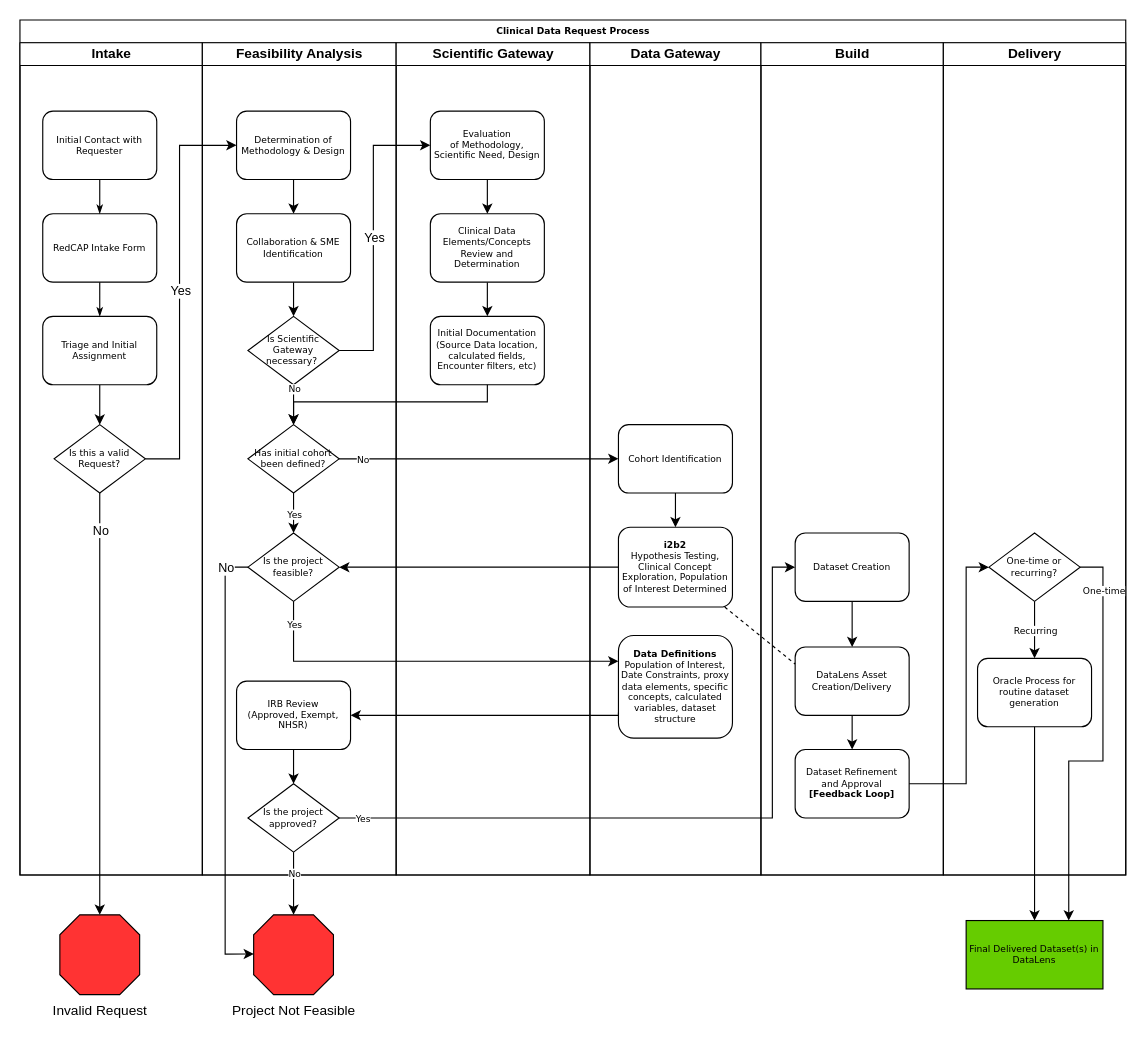
This is Clinical Data Request.drawio from ntimkovich/UAB-II-Diagrams, a draw.io file, before an edit. Source tidied: cells renumbered, new cells numbered last; positions are measured from the earlier drawing's top-left corner, leaving out a move shared by most shapes. Both pictures are drawn from the tidied source at 114%, with x=0, y=0 at pixel (19, 19).
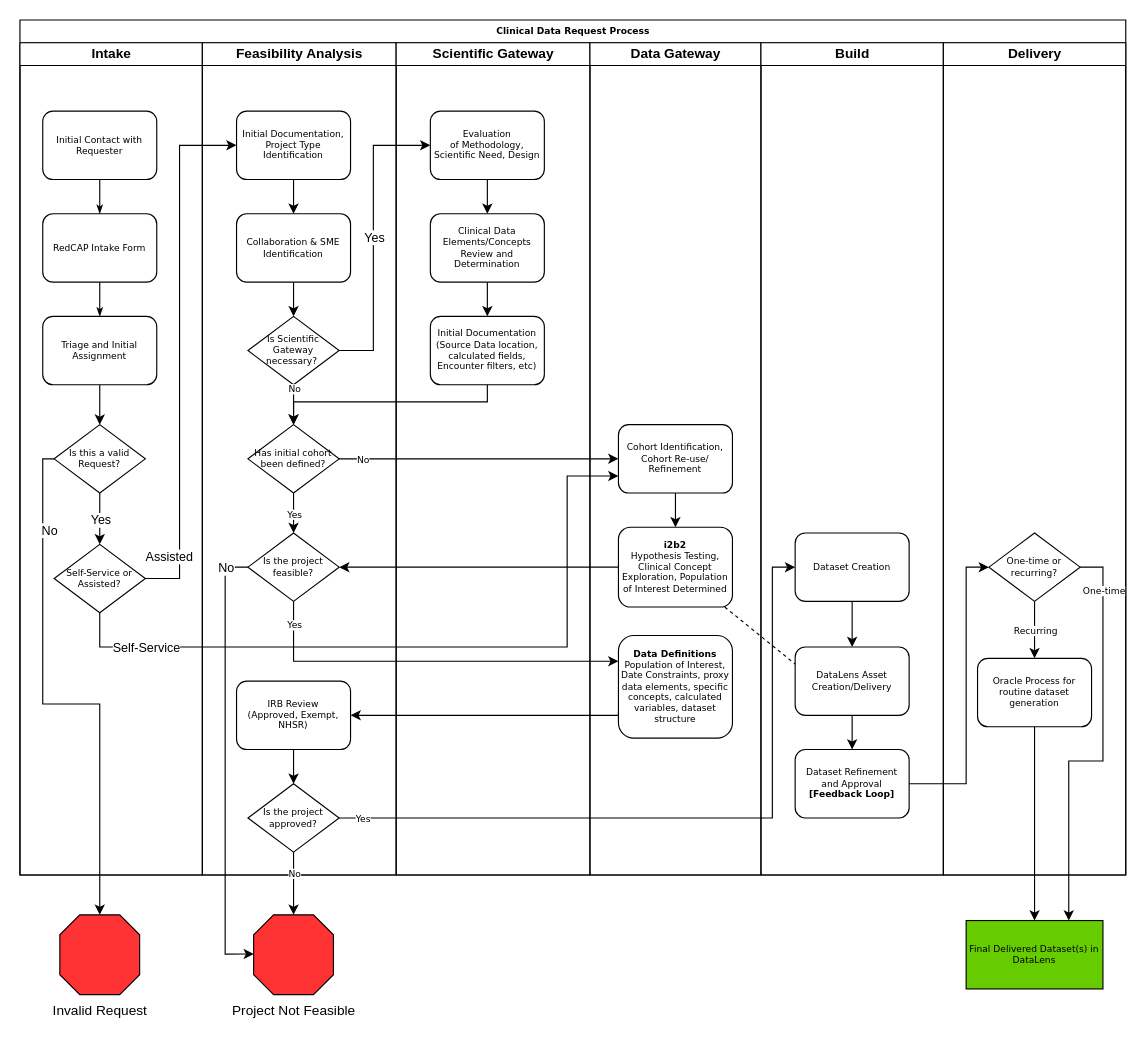
The same diagram, later.

Commit message:
Updates from Meeting with Matt

Unchanged cells that the change refers to:
```xml
<mxCell id="2" value="Clinical Data Request Process" style="swimlane;html=1;startSize=20;rounded=0;shadow=0;labelBackgroundColor=none;strokeWidth=1;fontFamily=Verdana;fontSize=8;align=center;" parent="1" vertex="1">
  <mxGeometry width="970" height="750" as="geometry" />
</mxCell>
<mxCell id="3" value="Intake" style="swimlane;html=1;startSize=20;" parent="2" vertex="1">
  <mxGeometry y="20" width="160" height="730" as="geometry" />
</mxCell>
<mxCell id="10" value="Is this a valid Request?" style="rhombus;whiteSpace=wrap;html=1;rounded=0;shadow=0;labelBackgroundColor=none;strokeWidth=1;fontFamily=Verdana;fontSize=8;align=center;" parent="3" vertex="1">
  <mxGeometry x="30" y="335" width="80" height="60" as="geometry" />
</mxCell>
<mxCell id="11" value="Feasibility Analysis" style="swimlane;html=1;startSize=20;" parent="2" vertex="1">
  <mxGeometry x="160" y="20" width="170" height="730" as="geometry" />
</mxCell>
<mxCell id="32" value="Data Gateway" style="swimlane;html=1;startSize=20;" parent="2" vertex="1">
  <mxGeometry x="500" y="20" width="150" height="730" as="geometry" />
</mxCell>
<mxCell id="63" value="Invalid Request" style="verticalLabelPosition=bottom;verticalAlign=top;html=1;shape=mxgraph.basic.polygon;polyCoords=[[0.25,0],[0.75,0],[1,0.25],[1,0.75],[0.75,1],[0.25,1],[0,0.75],[0,0.25]];polyline=0;fillColor=#FF3333;" parent="1" vertex="1">
  <mxGeometry x="35" y="785" width="70" height="70" as="geometry" />
</mxCell>
```

Diff of the diagram source:
```diff
@@
+    <mxCell id="75" value="Self-Service or Assisted?" style="rhombus;whiteSpace=wrap;html=1;rounded=0;shadow=0;labelBackgroundColor=none;strokeWidth=1;fontFamily=Verdana;fontSize=8;align=center;" parent="3" vertex="1">
+      <mxGeometry x="30" y="440" width="80" height="60" as="geometry" />
+    </mxCell>
+    <mxCell id="76" style="endArrow=classic;html=1;rounded=0;exitX=0.5;exitY=1;exitDx=0;exitDy=0;entryX=0.5;entryY=0;entryDx=0;entryDy=0;" parent="3" edge="1" source="10" target="75">
+      <mxGeometry relative="1" as="geometry" />
+    </mxCell>
+    <mxCell id="49" value="Yes" style="edgeLabel;html=1;align=center;verticalAlign=middle;" parent="76" vertex="1">
+      <mxGeometry relative="1" as="geometry" />
+    </mxCell>
@@
-    <mxCell id="13" value="Determination of Methodology &amp;amp; Design" style="rounded=1;whiteSpace=wrap;html=1;shadow=0;labelBackgroundColor=none;strokeWidth=1;fontFamily=Verdana;fontSize=8;align=center;" parent="11" vertex="1">
+    <mxCell id="13" value="Initial Documentation, Project Type Identification" style="rounded=1;whiteSpace=wrap;html=1;shadow=0;labelBackgroundColor=none;strokeWidth=1;fontFamily=Verdana;fontSize=8;align=center;" parent="11" vertex="1">
       <mxGeometry x="30" y="60" width="100" height="60" as="geometry" />
     </mxCell>
@@
-    <mxCell id="34" value="Cohort Identification" style="rounded=1;whiteSpace=wrap;html=1;shadow=0;labelBackgroundColor=none;strokeWidth=1;fontFamily=Verdana;fontSize=8;align=center;" parent="32" vertex="1">
+    <mxCell id="34" value="Cohort Identification,&lt;br&gt;Cohort Re-use/ Refinement" style="rounded=1;whiteSpace=wrap;html=1;shadow=0;labelBackgroundColor=none;strokeWidth=1;fontFamily=Verdana;fontSize=8;align=center;" parent="32" vertex="1">
       <mxGeometry x="25" y="335" width="100" height="60" as="geometry" />
     </mxCell>
@@
-    <mxCell id="48" style="endArrow=classic;html=1;rounded=0;exitX=1;exitY=0.5;exitDx=0;exitDy=0;entryX=0;entryY=0.5;entryDx=0;entryDy=0;edgeStyle=orthogonalEdgeStyle;" parent="2" edge="1" source="10" target="13">
-      <mxGeometry relative="1" as="geometry">
-        <Array as="points">
-          <mxPoint x="140" y="385" />
-          <mxPoint x="140" y="110" />
-        </Array>
-      </mxGeometry>
-    </mxCell>
-    <mxCell id="49" value="Yes" style="edgeLabel;html=1;align=center;verticalAlign=middle;" parent="48" vertex="1">
-      <mxGeometry relative="1" as="geometry" />
-    </mxCell>
@@
+    <mxCell id="77" style="endArrow=classic;html=1;rounded=0;exitX=1;exitY=0.5;exitDx=0;exitDy=0;entryX=0;entryY=0.5;entryDx=0;entryDy=0;edgeStyle=orthogonalEdgeStyle;" parent="2" edge="1" source="75" target="13">
+      <mxGeometry relative="1" as="geometry">
+        <Array as="points">
+          <mxPoint x="140" y="490" />
+          <mxPoint x="140" y="110" />
+        </Array>
+      </mxGeometry>
+    </mxCell>
+    <mxCell id="78" value="Assisted" style="edgeLabel;html=1;align=center;verticalAlign=middle;" parent="77" vertex="1">
+      <mxGeometry relative="1" as="geometry">
+        <mxPoint x="-10" y="180" as="offset" />
+      </mxGeometry>
+    </mxCell>
+    <mxCell id="79" style="endArrow=classic;html=1;rounded=0;exitX=0.5;exitY=1;exitDx=0;exitDy=0;entryX=0;entryY=0.75;entryDx=0;entryDy=0;edgeStyle=orthogonalEdgeStyle;" parent="2" edge="1" source="75" target="34">
+      <mxGeometry relative="1" as="geometry">
+        <Array as="points">
+          <mxPoint x="70" y="550" />
+          <mxPoint x="480" y="550" />
+          <mxPoint x="480" y="400" />
+        </Array>
+      </mxGeometry>
+    </mxCell>
+    <mxCell id="80" value="Self-Service" style="edgeLabel;html=1;align=center;verticalAlign=middle;" parent="79" vertex="1">
+      <mxGeometry relative="1" as="geometry">
+        <mxPoint x="-248" as="offset" />
+      </mxGeometry>
+    </mxCell>
@@
-    <mxCell id="64" style="endArrow=classic;html=1;rounded=0;exitX=0.5;exitY=1;exitDx=0;exitDy=0;entryX=0.5;entryY=0;entryDx=0;entryDy=0;entryPerimeter=0;" parent="1" edge="1" source="10" target="63">
+    <mxCell id="64" style="endArrow=classic;html=1;rounded=0;exitX=0;exitY=0.5;exitDx=0;exitDy=0;entryX=0.5;entryY=0;entryDx=0;entryDy=0;entryPerimeter=0;edgeStyle=orthogonalEdgeStyle;" parent="1" edge="1" source="10" target="63">
       <mxGeometry relative="1" as="geometry" />
     </mxCell>
```
